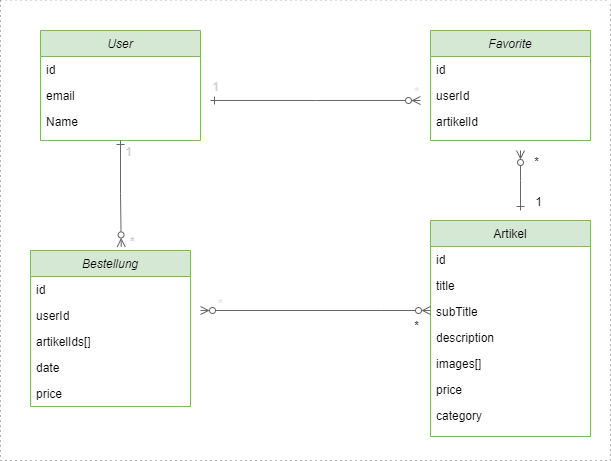
This is src/assets/images/DataModel.png from Baselh96/OnlineShop, a draw.io export, as it was before one commit. Source tidied: cells renumbered, new cells last; positions are measured from the earlier drawing's top-left corner, leaving out a move shared by most shapes.
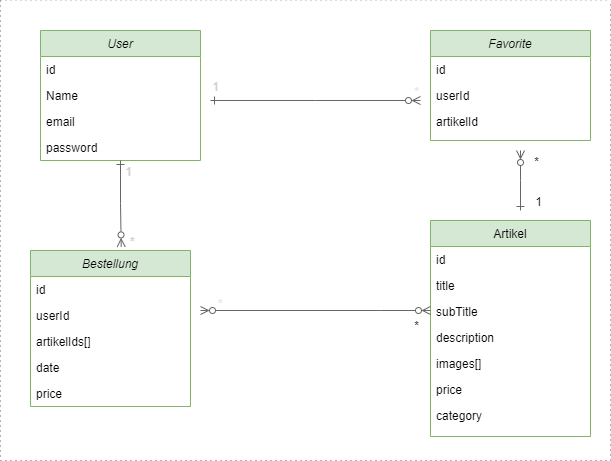
After the commit.

Diff of the diagram source:
```diff
@@ -6,17 +6,20 @@
       <mxGeometry width="610" height="460" as="geometry" />
     </mxCell>
     <mxCell id="3" value="User" style="swimlane;fontStyle=2;align=center;verticalAlign=top;horizontal=1;startSize=26;rounded=0;shadow=0;strokeWidth=1;fillColor=#d5e8d4;strokeColor=#82b366;swimlaneFillColor=default;" parent="1" vertex="1">
-      <mxGeometry x="40" y="30" width="160" height="110" as="geometry" />
+      <mxGeometry x="40" y="30" width="160" height="130" as="geometry" />
     </mxCell>
     <mxCell id="4" value="id" style="text;align=left;verticalAlign=top;spacingLeft=4;spacingRight=4;overflow=hidden;rounded=0;shadow=0;html=0;fillColor=none;" parent="3" vertex="1">
       <mxGeometry y="26" width="160" height="26" as="geometry" />
     </mxCell>
+    <mxCell id="6" value="Name" style="text;align=left;verticalAlign=top;spacingLeft=4;spacingRight=4;overflow=hidden;" parent="3" vertex="1">
+      <mxGeometry y="52" width="160" height="26" as="geometry" />
+    </mxCell>
     <mxCell id="5" value="email" style="text;align=left;verticalAlign=top;spacingLeft=4;spacingRight=4;overflow=hidden;rounded=0;shadow=0;html=0;" parent="3" vertex="1">
-      <mxGeometry y="52" width="160" height="26" as="geometry" />
+      <mxGeometry y="78" width="160" height="26" as="geometry" />
     </mxCell>
-    <mxCell id="6" value="Name" style="text;align=left;verticalAlign=top;spacingLeft=4;spacingRight=4;overflow=hidden;" parent="3" vertex="1">
-      <mxGeometry y="78" width="160" height="26" as="geometry" />
-    </mxCell>
+    <mxCell id="37" value="password" style="text;align=left;verticalAlign=top;spacingLeft=4;spacingRight=4;overflow=hidden;rounded=0;shadow=0;html=0;" parent="3" vertex="1">
+      <mxGeometry y="104" width="160" height="26" as="geometry" />
+    </mxCell>
     <mxCell id="7" value="Artikel" style="swimlane;fontStyle=0;align=center;verticalAlign=top;horizontal=1;startSize=26;rounded=0;shadow=0;strokeWidth=1;fillColor=#d5e8d4;strokeColor=#82b366;swimlaneFillColor=default;" parent="1" vertex="1">
       <mxGeometry x="430" y="220" width="160" height="216" as="geometry" />
     </mxCell>
```
